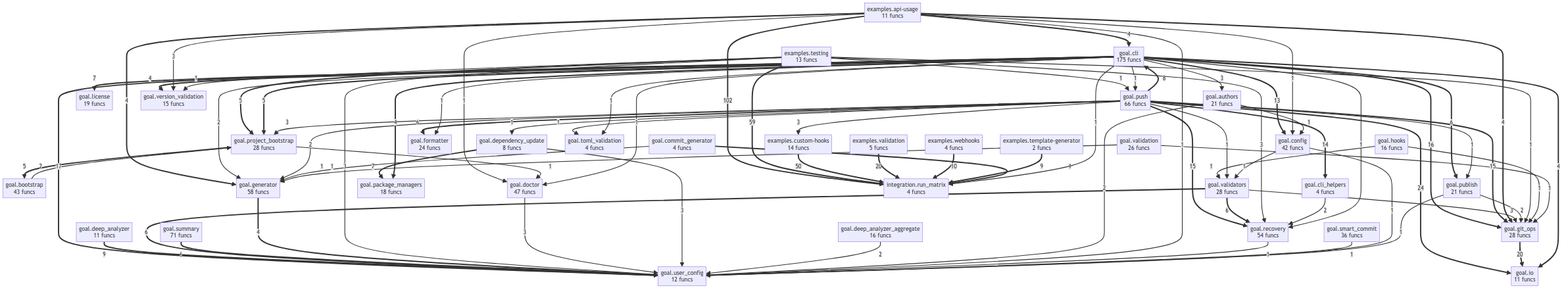
The Mermaid diagram project/compact_flow.png in semcod/goal, before a commit. Its source is kept beside it as project/compact_flow.mmd.
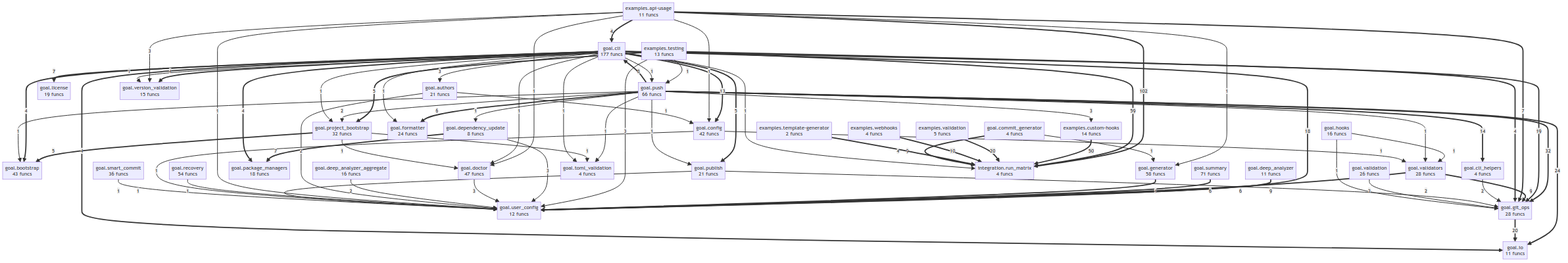
After the commit.

Change to the diagram source:
```diff
@@ -7,7 +7,7 @@
     examples__webhooks["examples.webhooks<br/>4 funcs"]
     goal__authors["goal.authors<br/>21 funcs"]
     goal__bootstrap["goal.bootstrap<br/>43 funcs"]
-    goal__cli["goal.cli<br/>175 funcs"]
+    goal__cli["goal.cli<br/>177 funcs"]
     goal__cli_helpers["goal.cli_helpers<br/>4 funcs"]
     goal__commit_generator["goal.commit_generator<br/>4 funcs"]
     goal__config["goal.config<br/>42 funcs"]
@@ -22,7 +22,7 @@
     goal__io["goal.io<br/>11 funcs"]
     goal__license["goal.license<br/>19 funcs"]
     goal__package_managers["goal.package_managers<br/>18 funcs"]
-    goal__project_bootstrap["goal.project_bootstrap<br/>28 funcs"]
+    goal__project_bootstrap["goal.project_bootstrap<br/>32 funcs"]
     goal__publish["goal.publish<br/>21 funcs"]
     goal__push["goal.push<br/>66 funcs"]
     goal__recovery["goal.recovery<br/>54 funcs"]
@@ -37,78 +37,73 @@
     examples__api_usage ==>|102| integration__run_matrix
     examples__testing ==>|59| integration__run_matrix
     examples__custom_hooks ==>|50| integration__run_matrix
+    goal__push ==>|32| goal__git_ops
     goal__push ==>|24| goal__io
     examples__validation ==>|20| integration__run_matrix
     goal__git_ops ==>|20| goal__io
-    goal__cli ==>|17| goal__user_config
-    goal__cli ==>|16| goal__git_ops
-    goal__push ==>|15| goal__git_ops
-    goal__push ==>|15| goal__recovery
+    goal__cli ==>|19| goal__git_ops
+    goal__cli ==>|18| goal__user_config
     goal__push ==>|14| goal__cli_helpers
     goal__cli ==>|13| goal__config
     examples__webhooks ==>|10| integration__run_matrix
     examples__template_generator ==>|9| integration__run_matrix
     goal__deep_analyzer ==>|9| goal__user_config
+    goal__validators ==>|9| goal__git_ops
     goal__push ==>|8| goal__cli
+    examples__api_usage ==>|7| goal__git_ops
+    goal__dependency_update ==>|7| goal__package_managers
     goal__cli ==>|7| goal__license
-    goal__dependency_update ==>|7| goal__package_managers
     goal__validators ==>|6| goal__user_config
-    goal__validators ==>|6| goal__recovery
     goal__push ==>|6| goal__formatter
     goal__summary ==>|6| goal__user_config
-    goal__cli ==>|6| goal__publish
     examples__testing ==>|5| goal__project_bootstrap
     goal__project_bootstrap ==>|5| goal__bootstrap
-    goal__cli ==>|5| goal__project_bootstrap
+    goal__cli ==>|5| goal__publish
     examples__api_usage ==>|4| goal__cli
-    examples__api_usage ==>|4| goal__git_ops
-    examples__api_usage ==>|4| goal__generator
+    examples__testing ==>|4| goal__git_ops
     goal__commit_generator ==>|4| integration__run_matrix
     goal__generator ==>|4| goal__user_config
+    goal__cli ==>|4| goal__bootstrap
+    goal__cli ==>|4| goal__io
+    goal__cli ==>|4| goal__package_managers
     goal__cli ==>|4| goal__version_validation
-    goal__cli ==>|4| goal__package_managers
-    goal__cli ==>|4| goal__io
     examples__api_usage -->|3| goal__version_validation
     examples__testing -->|3| goal__user_config
-    examples__testing -->|3| goal__recovery
+    goal__dependency_update -->|3| goal__user_config
     goal__push -->|3| examples__custom_hooks
     goal__cli -->|3| goal__authors
     goal__doctor -->|3| goal__user_config
-    goal__dependency_update -->|3| goal__user_config
-    goal__validators -->|3| goal__git_ops
-    goal__push -->|3| goal__project_bootstrap
     goal__deep_analyzer_aggregate -->|2| goal__user_config
-    goal__cli_helpers -->|2| goal__recovery
-    goal__bootstrap -->|2| goal__project_bootstrap
-    goal__cli -->|2| goal__generator
+    goal__cli_helpers -->|2| goal__git_ops
+    goal__push -->|2| goal__project_bootstrap
+    goal__publish -->|2| goal__git_ops
+    goal__validation -->|2| goal__git_ops
     goal__authors -->|2| goal__user_config
-    goal__push -->|2| goal__generator
-    goal__publish -->|2| goal__git_ops
     examples__api_usage -->|1| goal__config
     examples__api_usage -->|1| goal__user_config
     examples__api_usage -->|1| goal__doctor
+    examples__api_usage -->|1| goal__generator
     examples__testing -->|1| goal__version_validation
-    examples__testing -->|1| goal__git_ops
     examples__testing -->|1| goal__push
-    goal__project_bootstrap -->|1| goal__doctor
     goal__cli -->|1| integration__run_matrix
     goal__commit_generator -->|1| goal__generator
     goal__hooks -->|1| goal__git_ops
     goal__hooks -->|1| goal__validators
     goal__recovery -->|1| goal__user_config
+    goal__push -->|1| goal__toml_validation
+    goal__push -->|1| goal__dependency_update
+    goal__push -->|1| goal__bootstrap
+    goal__push -->|1| goal__validators
+    goal__push -->|1| goal__publish
     goal__cli -->|1| goal__doctor
     goal__cli -->|1| goal__formatter
-    goal__cli -->|1| goal__recovery
-    goal__validation -->|1| goal__git_ops
-    goal__validation -->|1| goal__generator
+    goal__cli -->|1| goal__project_bootstrap
+    goal__cli -->|1| goal__push
+    goal__config -->|1| goal__user_config
+    goal__publish -->|1| goal__user_config
     goal__smart_commit -->|1| goal__user_config
     goal__authors -->|1| goal__config
-    goal__push -->|1| goal__toml_validation
-    goal__push -->|1| goal__dependency_update
-    goal__push -->|1| goal__validators
-    goal__push -->|1| goal__publish
+    goal__project_bootstrap -->|1| goal__toml_validation
+    goal__project_bootstrap -->|1| goal__doctor
     goal__cli -->|1| goal__toml_validation
-    goal__cli -->|1| goal__push
     goal__config -->|1| goal__validators
-    goal__config -->|1| goal__user_config
-    goal__publish -->|1| goal__user_config
```
